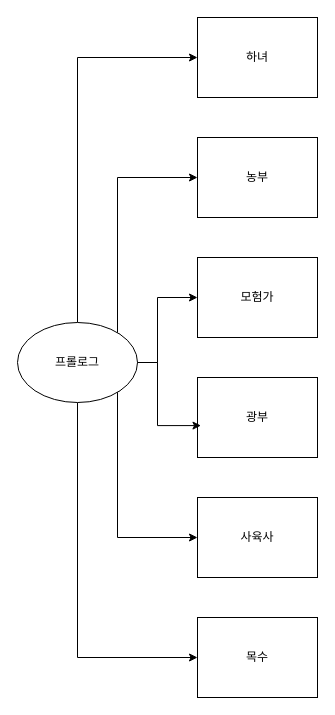
This is 스토리다이어그램.drawio from dlwlstjs/welcome-to-starting-village, a draw.io file, before an edit. Source tidied: cells renumbered, new cells numbered last; positions are measured from the earlier drawing's top-left corner, leaving out a move shared by most shapes. Both pictures are drawn from the tidied source at 100%, with x=0, y=0 at pixel (17, 17).
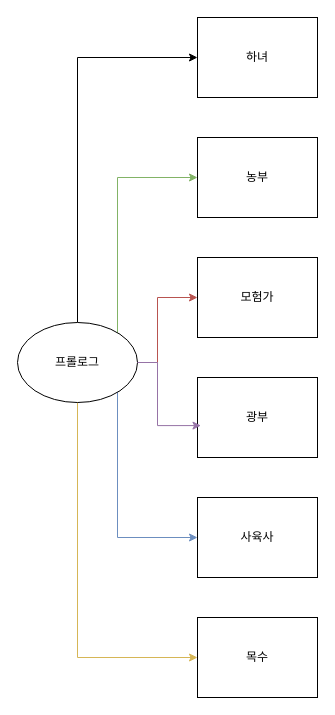
The same diagram, later.

Commit message:
직업 색 설정

Unchanged cells that the change refers to:
```xml
<mxCell id="7" value="프롤로그" style="ellipse;whiteSpace=wrap;html=1;shapeInside=1;" parent="1" vertex="1">
  <mxGeometry y="305" width="120" height="80" as="geometry" />
</mxCell>
<mxCell id="9" value="광부" style="rounded=0;whiteSpace=wrap;html=1;" parent="1" vertex="1">
  <mxGeometry x="180" y="360" width="120" height="80" as="geometry" />
</mxCell>
<mxCell id="10" value="농부" style="rounded=0;whiteSpace=wrap;html=1;" parent="1" vertex="1">
  <mxGeometry x="180" y="120" width="120" height="80" as="geometry" />
</mxCell>
<mxCell id="11" value="사육사" style="rounded=0;whiteSpace=wrap;html=1;" parent="1" vertex="1">
  <mxGeometry x="180" y="480" width="120" height="80" as="geometry" />
</mxCell>
<mxCell id="12" value="모험가" style="rounded=0;whiteSpace=wrap;html=1;" parent="1" vertex="1">
  <mxGeometry x="180" y="240" width="120" height="80" as="geometry" />
</mxCell>
<mxCell id="13" value="목수" style="rounded=0;whiteSpace=wrap;html=1;" parent="1" vertex="1">
  <mxGeometry x="180" y="600" width="120" height="80" as="geometry" />
</mxCell>
```

What changed in the source:
```diff
@@
-    <mxCell id="3" style="edgeStyle=orthogonalEdgeStyle;rounded=0;jettySize=auto;html=1;exitX=1;exitY=0;exitDx=0;exitDy=0;entryX=0;entryY=0.5;entryDx=0;entryDy=0;" parent="1" edge="1" source="7" target="10">
+    <mxCell id="3" style="edgeStyle=orthogonalEdgeStyle;rounded=0;jettySize=auto;html=1;exitX=1;exitY=0;exitDx=0;exitDy=0;entryX=0;entryY=0.5;entryDx=0;entryDy=0;fillColor=#d5e8d4;strokeColor=#82b366;" parent="1" edge="1" source="7" target="10">
       <mxGeometry relative="1" as="geometry">
         <Array as="points">
           <mxPoint x="100" y="316.7" />
           <mxPoint x="100" y="160" />
         </Array>
       </mxGeometry>
     </mxCell>
-    <mxCell id="4" style="edgeStyle=orthogonalEdgeStyle;rounded=0;jettySize=auto;html=1;entryX=0;entryY=0.5;entryDx=0;entryDy=0;" parent="1" edge="1" source="7" target="12">
+    <mxCell id="4" style="edgeStyle=orthogonalEdgeStyle;rounded=0;jettySize=auto;html=1;entryX=0;entryY=0.5;entryDx=0;entryDy=0;fillColor=#f8cecc;strokeColor=#b85450;" parent="1" edge="1" source="7" target="12">
       <mxGeometry relative="1" as="geometry">
         <Array as="points">
           <mxPoint x="140" y="345" />
           <mxPoint x="140" y="280" />
         </Array>
       </mxGeometry>
     </mxCell>
-    <mxCell id="5" style="edgeStyle=orthogonalEdgeStyle;rounded=0;jettySize=auto;html=1;exitX=1;exitY=1;exitDx=0;exitDy=0;entryX=0;entryY=0.5;entryDx=0;entryDy=0;" parent="1" edge="1" source="7" target="11">
+    <mxCell id="5" style="edgeStyle=orthogonalEdgeStyle;rounded=0;jettySize=auto;html=1;exitX=1;exitY=1;exitDx=0;exitDy=0;entryX=0;entryY=0.5;entryDx=0;entryDy=0;fillColor=#dae8fc;strokeColor=#6c8ebf;" parent="1" edge="1" source="7" target="11">
       <mxGeometry relative="1" as="geometry">
         <Array as="points">
           <mxPoint x="100" y="373.3" />
           <mxPoint x="100" y="520" />
         </Array>
       </mxGeometry>
     </mxCell>
-    <mxCell id="6" style="edgeStyle=orthogonalEdgeStyle;rounded=0;jettySize=auto;html=1;entryX=0;entryY=0.5;entryDx=0;entryDy=0;" parent="1" edge="1" source="7" target="13">
+    <mxCell id="6" style="edgeStyle=orthogonalEdgeStyle;rounded=0;jettySize=auto;html=1;entryX=0;entryY=0.5;entryDx=0;entryDy=0;fillColor=#fff2cc;strokeColor=#d6b656;" parent="1" edge="1" source="7" target="13">
       <mxGeometry relative="1" as="geometry">
         <Array as="points">
           <mxPoint x="60" y="640" />
         </Array>
       </mxGeometry>
     </mxCell>
@@
-    <mxCell id="14" style="edgeStyle=orthogonalEdgeStyle;rounded=0;jettySize=auto;html=1;entryX=0.029;entryY=0.601;entryDx=0;entryDy=0;entryPerimeter=0;" parent="1" edge="1" source="7" target="9">
+    <mxCell id="14" style="edgeStyle=orthogonalEdgeStyle;rounded=0;jettySize=auto;html=1;entryX=0.029;entryY=0.601;entryDx=0;entryDy=0;entryPerimeter=0;fillColor=#e1d5e7;strokeColor=#9673a6;" parent="1" edge="1" source="7" target="9">
       <mxGeometry relative="1" as="geometry">
         <Array as="points">
           <mxPoint x="140" y="345" />
           <mxPoint x="140" y="408.1" />
         </Array>
       </mxGeometry>
     </mxCell>
```
